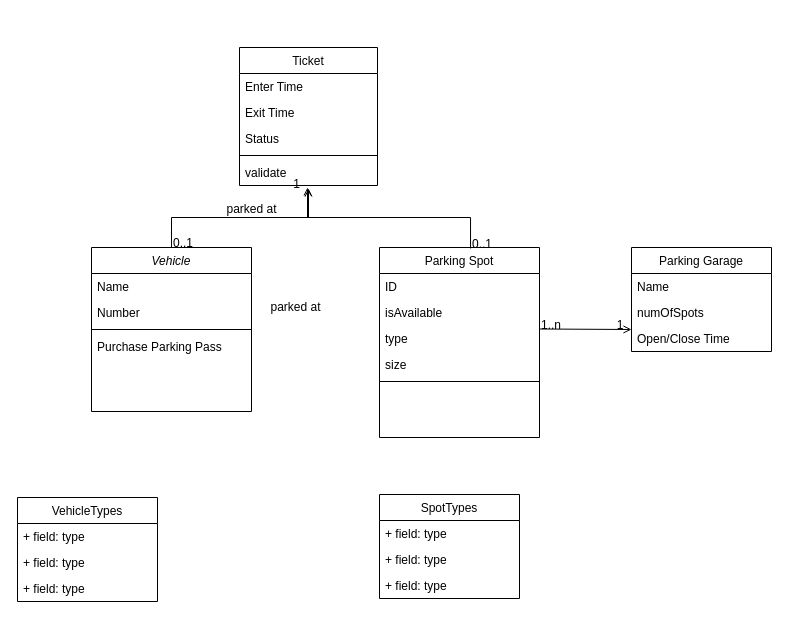
This is Parking Lot.drawio from chekurisriharsha/hello-world, a draw.io file, before an edit. Source tidied: cells renumbered, new cells numbered last; positions are measured from the earlier drawing's top-left corner, leaving out a move shared by most shapes. Both pictures are drawn from the tidied source at 100%, with x=0, y=0 at pixel (17, 47).
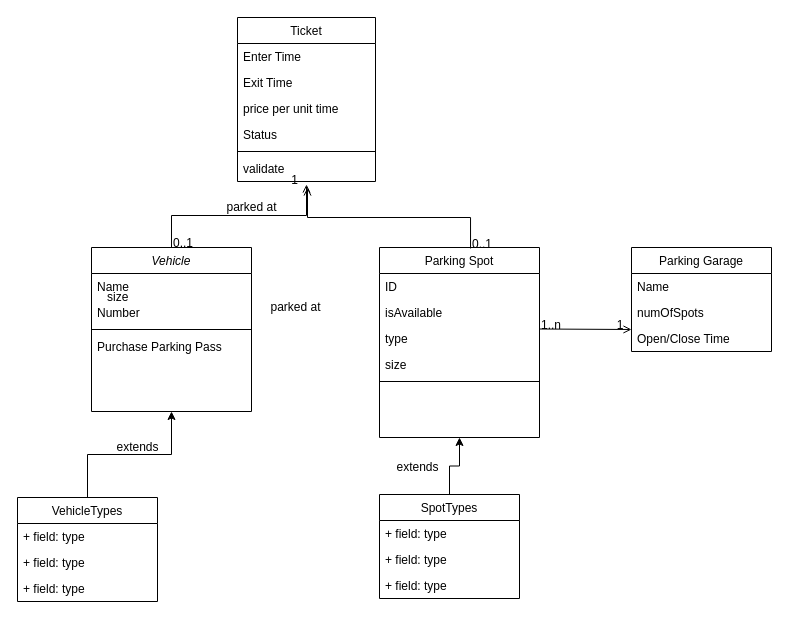
The same page after the edit.

Unchanged cells that the change refers to:
```xml
<mxCell id="2" value="Vehicle" style="swimlane;fontStyle=2;align=center;verticalAlign=top;horizontal=1;startSize=26;rounded=0;shadow=0;strokeWidth=1;" parent="1" vertex="1">
  <mxGeometry x="74" y="200" width="160" height="164" as="geometry" />
</mxCell>
<mxCell id="7" value="Parking Spot" style="swimlane;fontStyle=0;align=center;verticalAlign=top;horizontal=1;startSize=26;rounded=0;shadow=0;strokeWidth=1;" parent="1" vertex="1">
  <mxGeometry x="362" y="200" width="160" height="190" as="geometry" />
</mxCell>
<mxCell id="34" value="VehicleTypes" style="swimlane;fontStyle=0;horizontal=1;startSize=26;fillColor=none;" parent="1" vertex="1">
  <mxGeometry y="450" width="140" height="104" as="geometry" />
</mxCell>
<mxCell id="38" value="SpotTypes" style="swimlane;fontStyle=0;horizontal=1;startSize=26;fillColor=none;" parent="1" vertex="1">
  <mxGeometry x="362" y="447" width="140" height="104" as="geometry" />
</mxCell>
```

Diff of the diagram source:
```diff
@@
     <mxCell id="24" value="Ticket" style="swimlane;fontStyle=0;horizontal=1;startSize=26;fillColor=none;" parent="1" vertex="1">
-      <mxGeometry x="222" width="138" height="138" as="geometry" />
+      <mxGeometry x="220" y="-30" width="138" height="164" as="geometry" />
     </mxCell>
@@
+    <mxCell id="42" value="price per unit time" style="text;strokeColor=none;fillColor=none;align=left;verticalAlign=top;spacingLeft=4;spacingRight=4;overflow=hidden;" parent="24" vertex="1">
+      <mxGeometry y="78" width="138" height="26" as="geometry" />
+    </mxCell>
     <mxCell id="27" value="Status" style="text;strokeColor=none;fillColor=none;align=left;verticalAlign=top;spacingLeft=4;spacingRight=4;overflow=hidden;" parent="24" vertex="1">
-      <mxGeometry y="78" width="138" height="26" as="geometry" />
+      <mxGeometry y="104" width="138" height="26" as="geometry" />
     </mxCell>
     <mxCell id="28" style="line;html=1;strokeWidth=1;align=left;verticalAlign=middle;spacingTop=-1;spacingLeft=3;spacingRight=3;labelPosition=right;" parent="24" vertex="1">
-      <mxGeometry y="104" width="138" height="8" as="geometry" />
+      <mxGeometry y="130" width="138" height="8" as="geometry" />
     </mxCell>
     <mxCell id="29" value="validate" style="text;strokeColor=none;fillColor=none;align=left;verticalAlign=top;spacingLeft=4;spacingRight=4;overflow=hidden;points=[[0,0.5],[1,0.5]];portConstraint=eastwest;" parent="24" vertex="1">
-      <mxGeometry y="112" width="138" height="26" as="geometry" />
+      <mxGeometry y="138" width="138" height="26" as="geometry" />
     </mxCell>
@@
+    <mxCell id="43" style="edgeStyle=orthogonalEdgeStyle;rounded=0;jettySize=auto;html=1;exitX=0.5;exitY=0;exitDx=0;exitDy=0;entryX=0.5;entryY=1;entryDx=0;entryDy=0;" parent="1" edge="1" source="34" target="2">
+      <mxGeometry relative="1" as="geometry" />
+    </mxCell>
@@
+    <mxCell id="44" style="edgeStyle=orthogonalEdgeStyle;rounded=0;jettySize=auto;html=1;exitX=0.5;exitY=0;exitDx=0;exitDy=0;entryX=0.5;entryY=1;entryDx=0;entryDy=0;" parent="1" edge="1" source="38" target="7">
+      <mxGeometry relative="1" as="geometry" />
+    </mxCell>
@@
+    <mxCell id="45" value="extends" style="text;html=1;align=center;verticalAlign=middle;" parent="1" vertex="1">
+      <mxGeometry x="90" y="390" width="60" height="20" as="geometry" />
+    </mxCell>
+    <mxCell id="46" value="extends" style="text;html=1;align=center;verticalAlign=middle;" parent="1" vertex="1">
+      <mxGeometry x="370" y="410" width="60" height="20" as="geometry" />
+    </mxCell>
+    <mxCell id="47" value="size&#10;" style="text;align=left;verticalAlign=top;spacingLeft=4;spacingRight=4;overflow=hidden;" parent="1" vertex="1">
+      <mxGeometry x="84" y="236" width="160" height="26" as="geometry" />
+    </mxCell>
```
